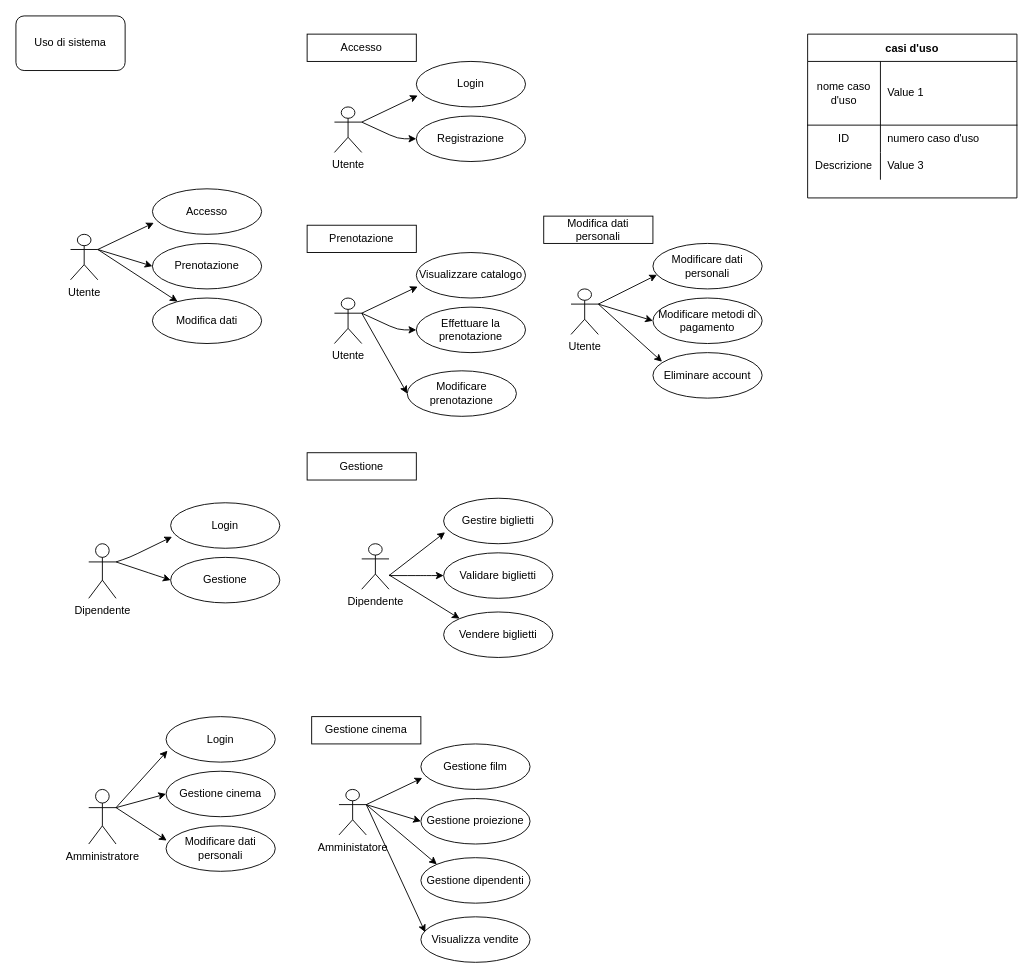
Franc3sco07/Cinema_Progetto keeps this draw.io diagram as UML/casiD'uso.drawio. Above is the earlier version. Source tidied: cells renumbered, new cells numbered last; positions are measured from the earlier drawing's top-left corner, leaving out a move shared by most shapes. Both pictures are drawn from the tidied source at 91%, with x=0, y=0 at pixel (15, 15).
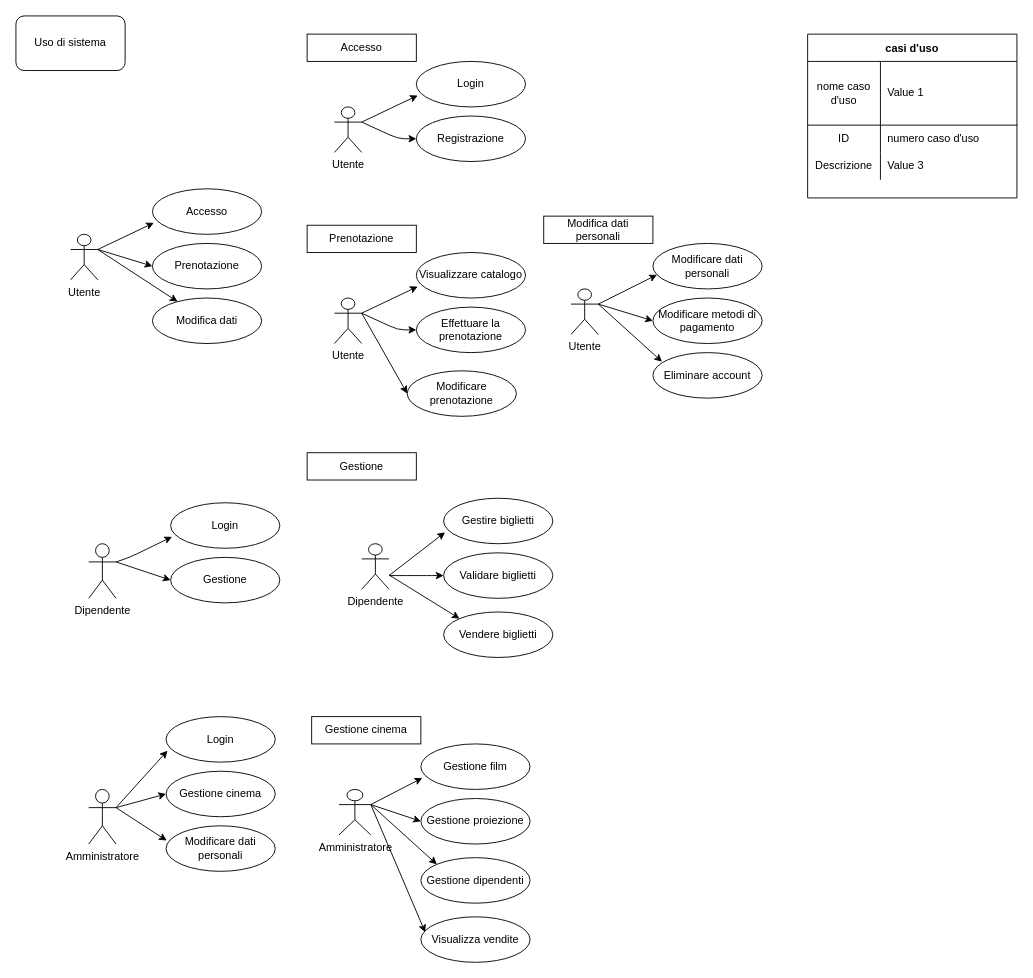
After the change.

Change to the diagram source:
```diff
@@
-    <mxCell id="50" value="Amministatore" style="shape=umlActor;verticalLabelPosition=bottom;verticalAlign=top;html=1;outlineConnect=0;" parent="1" vertex="1">
-      <mxGeometry x="355" y="850" width="30" height="50" as="geometry" />
+    <mxCell id="50" value="Amministratore" style="shape=umlActor;verticalLabelPosition=bottom;verticalAlign=top;html=1;outlineConnect=0;" parent="1" vertex="1">
+      <mxGeometry x="355" y="850" width="35" height="50" as="geometry" />
     </mxCell>
```
